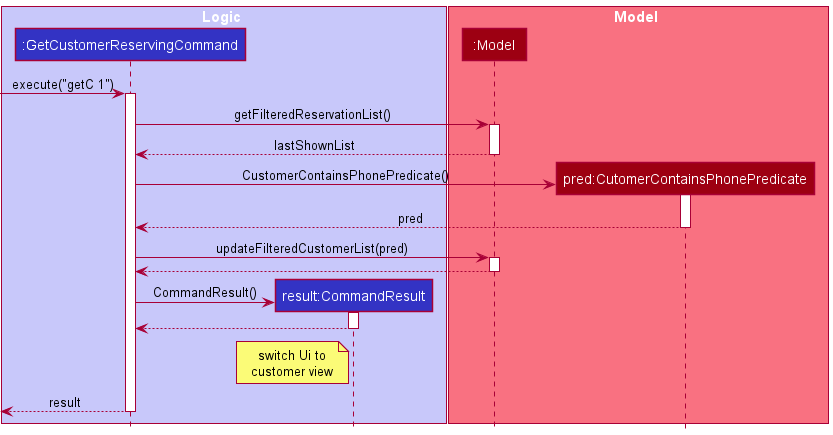
Earlier version of the PlantUML export docs/images/GetCustomerReservingCommandSequenceDiagram.png (nus-cs2103-AY2122S1/tp). Its diagram source:
```plantuml
@startuml
!include style.puml

box Logic LOGIC_COLOR_T1
participant ":GetCustomerReservingCommand" as Command LOGIC_COLOR
participant "result:CommandResult" as CommandResult LOGIC_COLOR
end box

box Model MODEL_COLOR_T1
participant ":Model" as Model MODEL_COLOR
participant "pred:CutomerContainsPhonePredicate" as Predicate MODEL_COLOR
end box

[-> Command : execute("getC 1")
activate Command

Command -> Model : getFilteredReservationList()
activate Model

Model --> Command : lastShownList
deactivate Model

create Predicate
Command -> Predicate : CustomerContainsPhonePredicate()
activate Predicate

Predicate --> Command : pred
deactivate Predicate

Command -> Model : updateFilteredCustomerList(pred)
activate Model

Model --> Command
deactivate Model

create CommandResult
Command -> CommandResult : CommandResult()
activate CommandResult

CommandResult --> Command
deactivate CommandResult

note left of CommandResult : switch Ui to\ncustomer view

Command -->[ : result
deactivate Command

@enduml
```
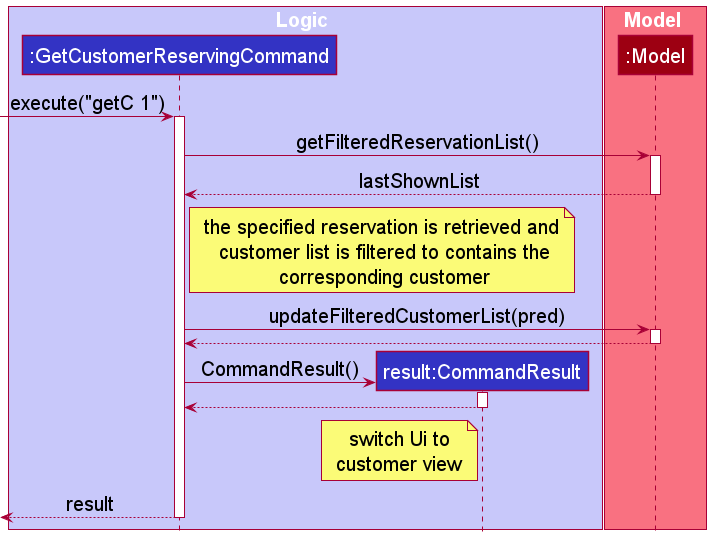
The same diagram one commit later.

Commit message:
Fix font size for sequence diagrams

What changed in the source:
```diff
@@ -1,5 +1,6 @@
 @startuml
 !include style.puml
+skinparam NoteFontSize 20
 
 box Logic LOGIC_COLOR_T1
 participant ":GetCustomerReservingCommand" as Command LOGIC_COLOR
@@ -8,7 +9,6 @@
 
 box Model MODEL_COLOR_T1
 participant ":Model" as Model MODEL_COLOR
-participant "pred:CutomerContainsPhonePredicate" as Predicate MODEL_COLOR
 end box
 
 [-> Command : execute("getC 1")
@@ -20,12 +20,7 @@
 Model --> Command : lastShownList
 deactivate Model
 
-create Predicate
-Command -> Predicate : CustomerContainsPhonePredicate()
-activate Predicate
-
-Predicate --> Command : pred
-deactivate Predicate
+note right of Command : the specified reservation is retrieved and\n customer list is filtered to contains the\n corresponding customer
 
 Command -> Model : updateFilteredCustomerList(pred)
 activate Model
```
